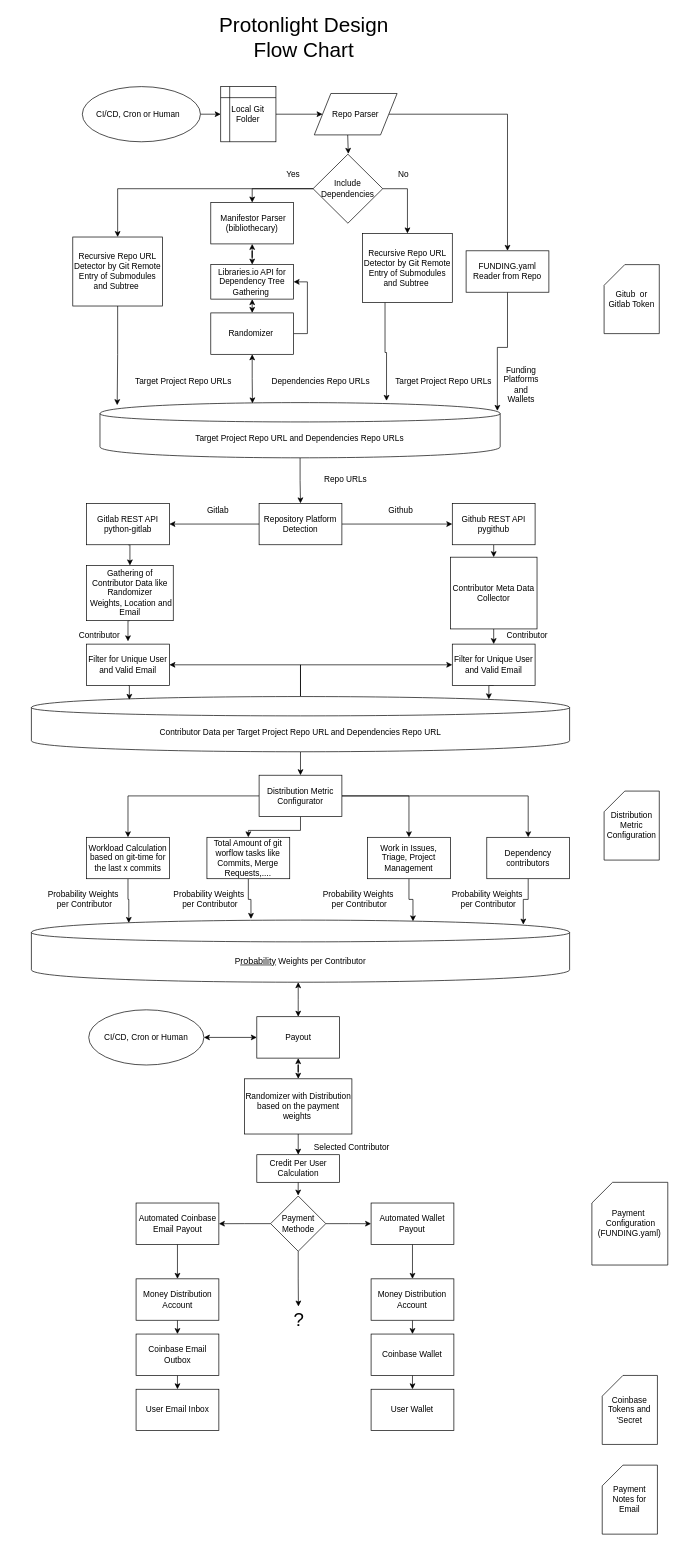
This is docs/design/protonlight.drawio from protontypes/LibreSelery, a draw.io file, before an edit. Source tidied: cells renumbered, new cells numbered last; positions are measured from the earlier drawing's top-left corner, leaving out a move shared by most shapes. Both pictures are drawn from the tidied source at 69%, with x=0, y=0 at pixel (31, 23).
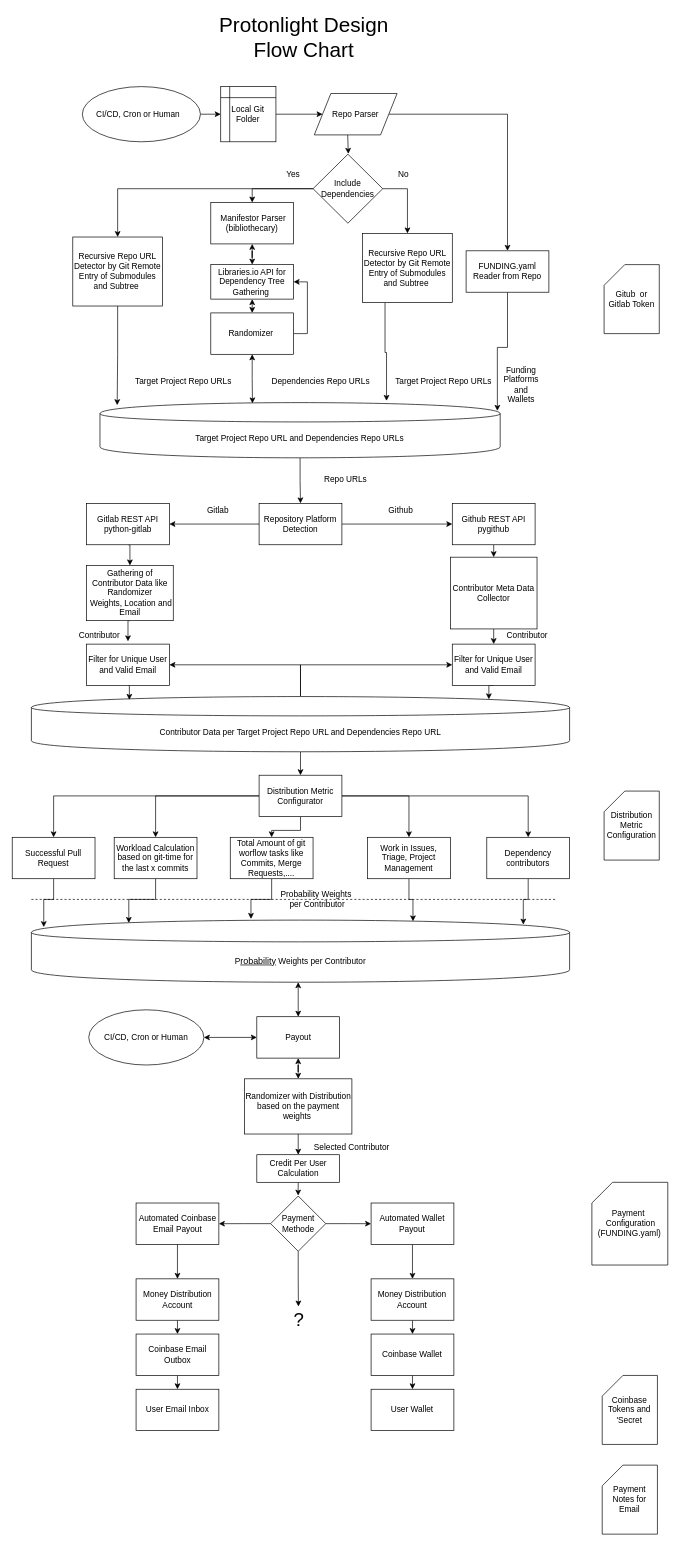
The same diagram, later.

The change refers to these unchanged cells:
```xml
<mxCell id="72" value="Distribution Metric Configurator" style="rounded=0;whiteSpace=wrap;html=1;" parent="1" vertex="1">
  <mxGeometry x="330" y="1090" width="120" height="60" as="geometry" />
</mxCell>
<mxCell id="79" value="P&lt;a href=&quot;https://www.dict.cc/englisch-deutsch/probability.html&quot; style=&quot;color: black ; font-family: &amp;#34;arial&amp;#34; , &amp;#34;helvetica&amp;#34; , sans-serif ; font-size: 13px&quot;&gt;robability&lt;/a&gt;&amp;nbsp;Weights&amp;nbsp;per Contributor" style="shape=cylinder;whiteSpace=wrap;html=1;boundedLbl=1;backgroundOutline=1;" parent="1" vertex="1">
  <mxGeometry y="1300" width="780" height="90" as="geometry" />
</mxCell>
```

Change to the diagram source:
```diff
@@
+    <mxCell id="112" style="edgeStyle=orthogonalEdgeStyle;rounded=0;jettySize=auto;html=1;exitX=0;exitY=0.5;exitDx=0;exitDy=0;" parent="1" edge="1" source="72" target="114">
+      <mxGeometry relative="1" as="geometry" />
+    </mxCell>
@@
     <mxCell id="74" value="Workload Calculation based on git-time for the last x commits" style="rounded=0;whiteSpace=wrap;html=1;" parent="1" vertex="1">
-      <mxGeometry x="80" y="1180" width="120" height="60" as="geometry" />
+      <mxGeometry x="120" y="1180" width="120" height="60" as="geometry" />
     </mxCell>
@@
     <mxCell id="76" value="Total Amount of git worflow tasks like Commits, Merge Requests,...." style="rounded=0;whiteSpace=wrap;html=1;" parent="1" vertex="1">
-      <mxGeometry x="254.4" y="1180" width="120" height="60" as="geometry" />
+      <mxGeometry x="288.2" y="1180" width="120" height="60" as="geometry" />
     </mxCell>
@@
-    <mxCell id="80" value="Probability Weights&lt;br&gt;&amp;nbsp;per Contributor" style="text;html=1;align=center;verticalAlign=middle;" parent="1" vertex="1">
-      <mxGeometry x="15" y="1255" width="120" height="30" as="geometry" />
-    </mxCell>
-    <mxCell id="81" value="Probability Weights&lt;br&gt;&amp;nbsp;per Contributor" style="text;html=1;align=center;verticalAlign=middle;" parent="1" vertex="1">
-      <mxGeometry x="196.5" y="1255" width="120" height="30" as="geometry" />
-    </mxCell>
     <mxCell id="82" value="Probability Weights&amp;nbsp;&lt;br&gt;per Contributor" style="text;html=1;align=center;verticalAlign=middle;" parent="1" vertex="1">
-      <mxGeometry x="415" y="1255" width="120" height="30" as="geometry" />
+      <mxGeometry x="354.4" y="1255" width="120" height="30" as="geometry" />
     </mxCell>
@@
-    <mxCell id="102" value="Probability Weights&amp;nbsp;&lt;br&gt;per Contributor" style="text;html=1;align=center;verticalAlign=middle;" parent="1" vertex="1">
-      <mxGeometry x="602.2" y="1255" width="120" height="30" as="geometry" />
-    </mxCell>
@@
+    <mxCell id="113" style="edgeStyle=orthogonalEdgeStyle;rounded=0;jettySize=auto;html=1;exitX=0.5;exitY=1;exitDx=0;exitDy=0;entryX=0.023;entryY=0.113;entryDx=0;entryDy=0;entryPerimeter=0;" parent="1" edge="1" source="114" target="79">
+      <mxGeometry relative="1" as="geometry" />
+    </mxCell>
+    <mxCell id="114" value="Successful Pull Request" style="rounded=0;whiteSpace=wrap;html=1;" parent="1" vertex="1">
+      <mxGeometry x="-27.8" y="1180" width="120" height="60" as="geometry" />
+    </mxCell>
+    <mxCell id="115" style="endArrow=none;dashed=1;html=1;" parent="1" edge="1">
+      <mxGeometry relative="1" as="geometry">
+        <mxPoint y="1270" as="sourcePoint" />
+        <mxPoint x="760" y="1270" as="targetPoint" />
+      </mxGeometry>
+    </mxCell>
```
